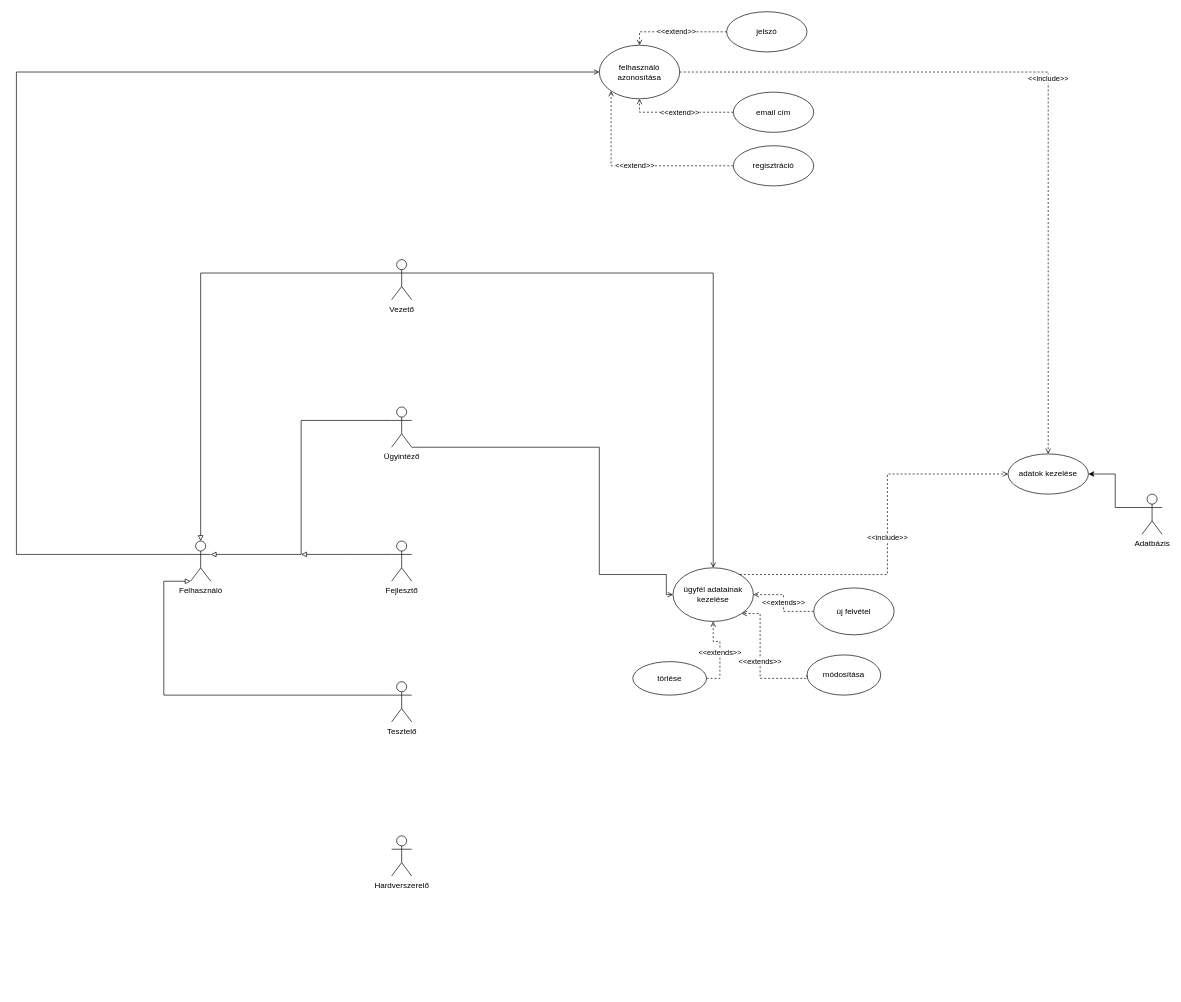
The draw.io diagram Untitled Diagram.drawio in UrbanRoland/CRM, before the edit. Source tidied: cells renumbered, new cells numbered last; positions are measured from the earlier drawing's top-left corner, leaving out a move shared by most shapes. Both pictures are drawn from the tidied source at 67%, with x=0, y=0 at pixel (16, 11).
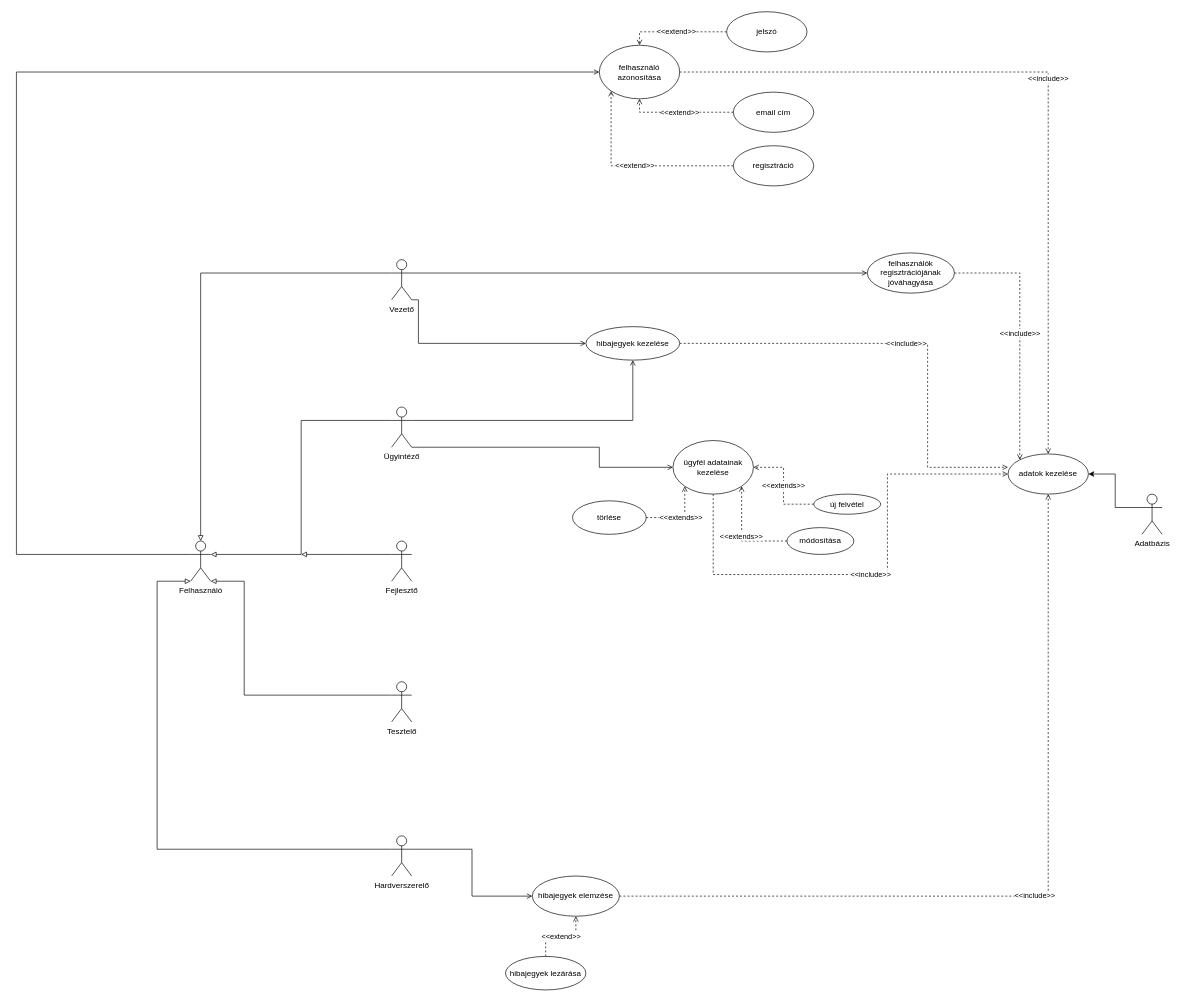
Above is the later version.

Commit message:
ujabb_funkciok

Unchanged cells that the change refers to:
```xml
<mxCell id="8" value="Ügyintéző" style="shape=umlActor;verticalLabelPosition=bottom;labelBackgroundColor=#ffffff;verticalAlign=top;html=1;outlineConnect=0;" parent="1" vertex="1">
  <mxGeometry x="560" y="590" width="30" height="60" as="geometry" />
</mxCell>
<mxCell id="11" value="adatok kezelése" style="ellipse;whiteSpace=wrap;html=1;" parent="1" vertex="1">
  <mxGeometry x="1480" y="660" width="120" height="60" as="geometry" />
</mxCell>
<mxCell id="14" value="Vezető" style="shape=umlActor;verticalLabelPosition=bottom;labelBackgroundColor=#ffffff;verticalAlign=top;html=1;outlineConnect=0;" parent="1" vertex="1">
  <mxGeometry x="560" y="370" width="30" height="60" as="geometry" />
</mxCell>
<mxCell id="18" value="Tesztelő" style="shape=umlActor;verticalLabelPosition=bottom;labelBackgroundColor=#ffffff;verticalAlign=top;html=1;outlineConnect=0;" parent="1" vertex="1">
  <mxGeometry x="560" y="1000" width="30" height="60" as="geometry" />
</mxCell>
<mxCell id="19" value="Hardverszerelő" style="shape=umlActor;verticalLabelPosition=bottom;labelBackgroundColor=#ffffff;verticalAlign=top;html=1;outlineConnect=0;" parent="1" vertex="1">
  <mxGeometry x="560" y="1230" width="30" height="60" as="geometry" />
</mxCell>
<mxCell id="21" value="Felhasználó" style="shape=umlActor;verticalLabelPosition=bottom;labelBackgroundColor=#ffffff;verticalAlign=top;html=1;outlineConnect=0;" parent="1" vertex="1">
  <mxGeometry x="260" y="790" width="30" height="60" as="geometry" />
</mxCell>
```

The edit, as a diff of the source:
```diff
@@
     <mxCell id="7" style="edgeStyle=orthogonalEdgeStyle;rounded=0;jettySize=auto;html=1;endArrow=open;endFill=0;entryX=0;entryY=0.5;entryDx=0;entryDy=0;exitX=1;exitY=1;exitDx=0;exitDy=0;exitPerimeter=0;" parent="1" edge="1" source="8" target="27">
       <mxGeometry relative="1" as="geometry">
         <Array as="points">
           <mxPoint x="870" y="650" />
-          <mxPoint x="870" y="840" />
-          <mxPoint x="970" y="840" />
-          <mxPoint x="970" y="870" />
+          <mxPoint x="870" y="680" />
         </Array>
       </mxGeometry>
     </mxCell>
+    <mxCell id="34" style="edgeStyle=orthogonalEdgeStyle;rounded=0;jettySize=auto;html=1;endArrow=open;endFill=0;exitX=1;exitY=0.3333333333333333;exitDx=0;exitDy=0;exitPerimeter=0;entryX=0.5;entryY=1;entryDx=0;entryDy=0;" parent="1" edge="1" source="8" target="46">
+      <mxGeometry relative="1" as="geometry" />
+    </mxCell>
@@
-    <mxCell id="13" style="edgeStyle=orthogonalEdgeStyle;rounded=0;jettySize=auto;html=1;endArrow=open;endFill=0;exitX=1;exitY=0.3333333333333333;exitDx=0;exitDy=0;exitPerimeter=0;entryX=0.5;entryY=0;entryDx=0;entryDy=0;" parent="1" edge="1" source="14" target="27">
-      <mxGeometry relative="1" as="geometry" />
-    </mxCell>
+    <mxCell id="35" style="edgeStyle=orthogonalEdgeStyle;rounded=0;jettySize=auto;html=1;endArrow=open;endFill=0;entryX=0;entryY=0.5;entryDx=0;entryDy=0;exitX=1;exitY=0.3333333333333333;exitDx=0;exitDy=0;exitPerimeter=0;" parent="1" edge="1" source="14" target="40">
+      <mxGeometry relative="1" as="geometry" />
+    </mxCell>
+    <mxCell id="36" style="edgeStyle=orthogonalEdgeStyle;rounded=0;jettySize=auto;html=1;endArrow=open;endFill=0;entryX=0;entryY=0.5;entryDx=0;entryDy=0;exitX=1;exitY=1;exitDx=0;exitDy=0;exitPerimeter=0;" parent="1" edge="1" source="14" target="46">
+      <mxGeometry relative="1" as="geometry">
+        <Array as="points">
+          <mxPoint x="600" y="430" />
+          <mxPoint x="600" y="495" />
+        </Array>
+      </mxGeometry>
+    </mxCell>
@@
-    <mxCell id="17" style="edgeStyle=orthogonalEdgeStyle;rounded=0;jettySize=auto;html=1;endArrow=block;endFill=0;exitX=0;exitY=0.3333333333333333;exitDx=0;exitDy=0;exitPerimeter=0;entryX=0;entryY=1;entryDx=0;entryDy=0;entryPerimeter=0;" parent="1" edge="1" source="18" target="21">
+    <mxCell id="17" style="edgeStyle=orthogonalEdgeStyle;rounded=0;jettySize=auto;html=1;endArrow=block;endFill=0;exitX=0;exitY=0.3333333333333333;exitDx=0;exitDy=0;exitPerimeter=0;entryX=1;entryY=1;entryDx=0;entryDy=0;entryPerimeter=0;" parent="1" edge="1" source="18" target="21">
       <mxGeometry relative="1" as="geometry">
         <Array as="points">
-          <mxPoint x="220" y="1020" />
-          <mxPoint x="220" y="850" />
+          <mxPoint x="340" y="1020" />
+          <mxPoint x="340" y="850" />
         </Array>
       </mxGeometry>
     </mxCell>
@@
+    <mxCell id="37" style="edgeStyle=orthogonalEdgeStyle;rounded=0;jettySize=auto;html=1;endArrow=open;endFill=0;entryX=0;entryY=0.5;entryDx=0;entryDy=0;exitX=1;exitY=0.3333333333333333;exitDx=0;exitDy=0;exitPerimeter=0;" parent="1" edge="1" source="19" target="42">
+      <mxGeometry relative="1" as="geometry" />
+    </mxCell>
+    <mxCell id="38" style="edgeStyle=orthogonalEdgeStyle;rounded=0;jettySize=auto;html=1;endArrow=block;endFill=0;entryX=0;entryY=1;entryDx=0;entryDy=0;entryPerimeter=0;exitX=0;exitY=0.3333333333333333;exitDx=0;exitDy=0;exitPerimeter=0;" parent="1" edge="1" source="19" target="21">
+      <mxGeometry relative="1" as="geometry">
+        <Array as="points">
+          <mxPoint x="210" y="1250" />
+          <mxPoint x="210" y="850" />
+        </Array>
+      </mxGeometry>
+    </mxCell>
@@
     <mxCell id="27" value="ügyfél adatainak kezelése" style="ellipse;whiteSpace=wrap;html=1;" parent="1" vertex="1">
-      <mxGeometry x="980" y="830" width="120" height="80" as="geometry" />
+      <mxGeometry x="980" y="640" width="120" height="80" as="geometry" />
     </mxCell>
@@
     <mxCell id="29" value="új felvétel" style="ellipse;whiteSpace=wrap;html=1;" parent="1" vertex="1">
-      <mxGeometry x="1190" y="860" width="120" height="70" as="geometry" />
+      <mxGeometry x="1190" y="720" width="100" height="30" as="geometry" />
     </mxCell>
     <mxCell id="30" value="módosítása" style="ellipse;whiteSpace=wrap;html=1;" parent="1" vertex="1">
-      <mxGeometry x="1180" y="960" width="110" height="60" as="geometry" />
+      <mxGeometry x="1150" y="770" width="100" height="40" as="geometry" />
     </mxCell>
     <mxCell id="31" value="törlése" style="ellipse;whiteSpace=wrap;html=1;" parent="1" vertex="1">
-      <mxGeometry x="920" y="970" width="110" height="50" as="geometry" />
+      <mxGeometry x="830" y="730" width="110" height="50" as="geometry" />
     </mxCell>
     <mxCell id="32" value="&amp;lt;&amp;lt;extends&amp;gt;&amp;gt;" style="edgeStyle=orthogonalEdgeStyle;rounded=0;jettySize=auto;html=1;endArrow=open;endFill=0;entryX=1;entryY=1;entryDx=0;entryDy=0;exitX=0;exitY=0.5;exitDx=0;exitDy=0;dashed=1;" parent="1" edge="1" source="30" target="27">
       <mxGeometry relative="1" as="geometry">
         <Array as="points">
-          <mxPoint x="1110" y="995" />
-          <mxPoint x="1110" y="898" />
+          <mxPoint x="1082" y="790" />
         </Array>
       </mxGeometry>
     </mxCell>
-    <mxCell id="33" value="&amp;lt;&amp;lt;extends&amp;gt;&amp;gt;" style="edgeStyle=orthogonalEdgeStyle;rounded=0;jettySize=auto;html=1;endArrow=open;endFill=0;entryX=0.5;entryY=1;entryDx=0;entryDy=0;exitX=1;exitY=0.5;exitDx=0;exitDy=0;dashed=1;" parent="1" edge="1" source="31" target="27">
+    <mxCell id="33" value="&amp;lt;&amp;lt;extends&amp;gt;&amp;gt;" style="edgeStyle=orthogonalEdgeStyle;rounded=0;jettySize=auto;html=1;endArrow=open;endFill=0;entryX=0;entryY=1;entryDx=0;entryDy=0;exitX=1;exitY=0.5;exitDx=0;exitDy=0;dashed=1;" parent="1" edge="1" source="31" target="27">
       <mxGeometry relative="1" as="geometry" />
     </mxCell>
+    <mxCell id="39" value="&amp;lt;&amp;lt;include&amp;gt;&amp;gt;" style="edgeStyle=orthogonalEdgeStyle;rounded=0;jettySize=auto;html=1;dashed=1;endArrow=open;endFill=0;entryX=0;entryY=0;entryDx=0;entryDy=0;" parent="1" edge="1" source="40" target="11">
+      <mxGeometry relative="1" as="geometry" />
+    </mxCell>
+    <mxCell id="40" value="felhasználók regisztrációjának jóváhagyása" style="ellipse;whiteSpace=wrap;html=1;" parent="1" vertex="1">
+      <mxGeometry x="1270" y="360" width="130" height="60" as="geometry" />
+    </mxCell>
+    <mxCell id="41" value="&amp;lt;&amp;lt;include&amp;gt;&amp;gt;" style="edgeStyle=orthogonalEdgeStyle;rounded=0;jettySize=auto;html=1;endArrow=open;endFill=0;entryX=0.5;entryY=1;entryDx=0;entryDy=0;dashed=1;" parent="1" edge="1" source="42" target="11">
+      <mxGeometry relative="1" as="geometry" />
+    </mxCell>
+    <mxCell id="42" value="hibajegyek elemzése" style="ellipse;whiteSpace=wrap;html=1;" parent="1" vertex="1">
+      <mxGeometry x="770" y="1290" width="130" height="60" as="geometry" />
+    </mxCell>
+    <mxCell id="43" value="&amp;lt;&amp;lt;extend&amp;gt;&amp;gt;" style="edgeStyle=orthogonalEdgeStyle;rounded=0;jettySize=auto;html=1;endArrow=open;endFill=0;entryX=0.5;entryY=1;entryDx=0;entryDy=0;dashed=1;" parent="1" edge="1" source="44" target="42">
+      <mxGeometry relative="1" as="geometry" />
+    </mxCell>
+    <mxCell id="44" value="hibajegyek lezárása" style="ellipse;whiteSpace=wrap;html=1;" parent="1" vertex="1">
+      <mxGeometry x="730" y="1410" width="120" height="50" as="geometry" />
+    </mxCell>
+    <mxCell id="45" value="&amp;lt;&amp;lt;include&amp;gt;&amp;gt;" style="edgeStyle=orthogonalEdgeStyle;rounded=0;jettySize=auto;html=1;endArrow=open;endFill=0;dashed=1;entryX=0;entryY=0.333;entryDx=0;entryDy=0;entryPerimeter=0;" parent="1" edge="1" source="46" target="11">
+      <mxGeometry relative="1" as="geometry">
+        <Array as="points">
+          <mxPoint x="1360" y="495" />
+          <mxPoint x="1360" y="680" />
+        </Array>
+      </mxGeometry>
+    </mxCell>
+    <mxCell id="46" value="hibajegyek kezelése" style="ellipse;whiteSpace=wrap;html=1;" parent="1" vertex="1">
+      <mxGeometry x="850" y="470" width="140" height="50" as="geometry" />
+    </mxCell>
```
